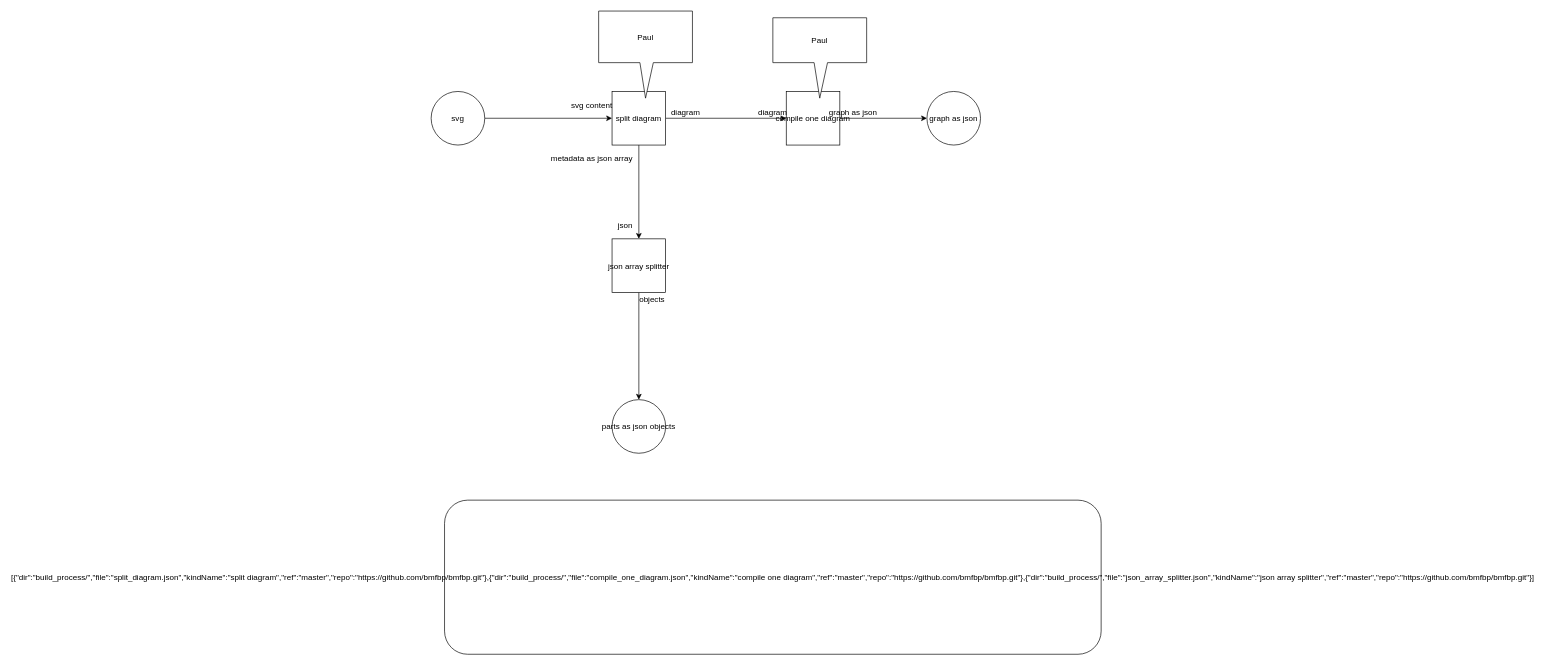
bmfbp/bmfbp keeps this draw.io diagram as page "compile_composite.svg" (3 of 3) of build_process/build_process.drawio. Above is the earlier version. Source tidied: cells renumbered, new cells numbered last; positions are measured from the earlier drawing's top-left corner, leaving out a move shared by most shapes. Both pictures are drawn from the tidied source at 67%, with x=0, y=0 at pixel (431, 11).
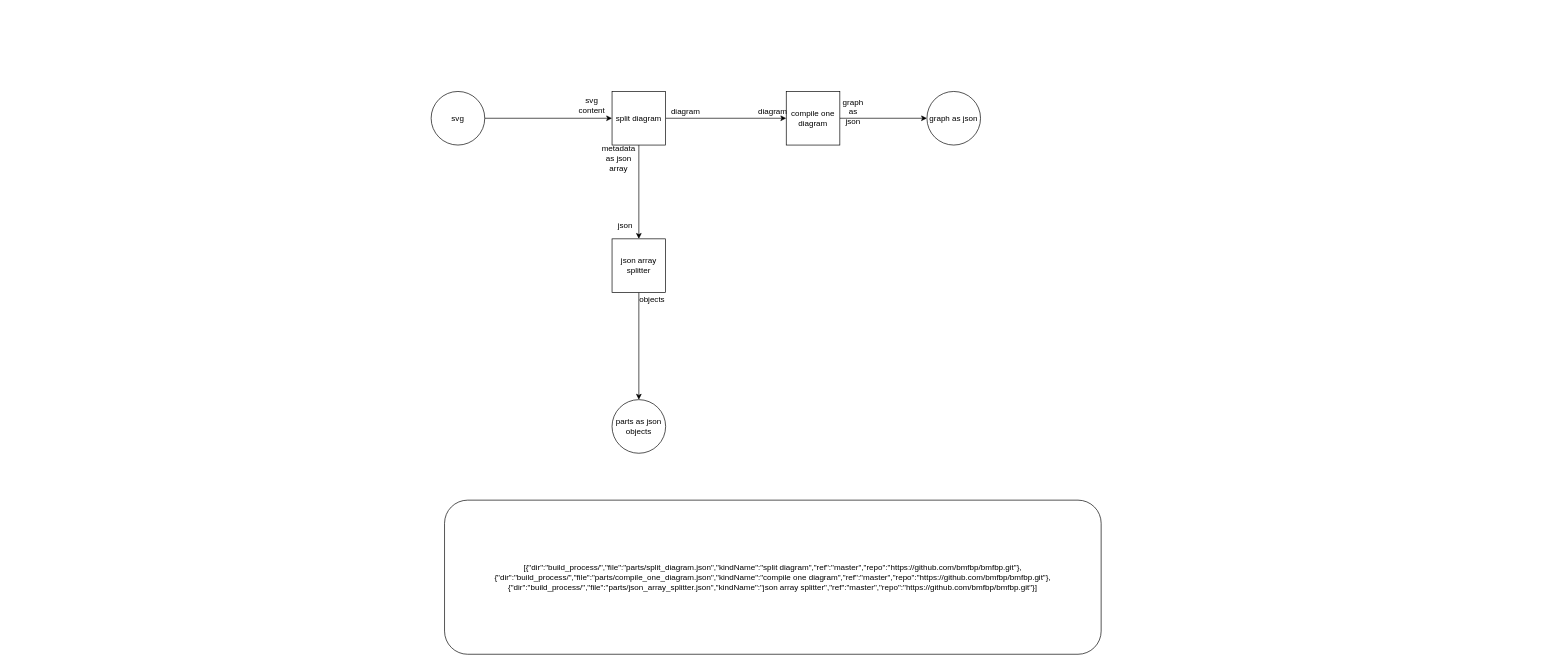
Above is the later version.

The edit, as a diff of the source:
```diff
@@
-    <mxCell id="4" value="split diagram" parent="1" vertex="1">
+    <mxCell id="4" value="split diagram" style="whiteSpace=wrap;html=1;" parent="1" vertex="1">
       <mxGeometry x="270" y="120" width="80" height="80" as="geometry" />
     </mxCell>
@@
-    <mxCell id="6" value="svg content" style="text;strokeColor=none;fillColor=none;align=center;verticalAlign=middle;rounded=0;" parent="1" vertex="1">
+    <mxCell id="6" value="svg content" style="text;html=1;strokeColor=none;fillColor=none;align=center;verticalAlign=middle;whiteSpace=wrap;rounded=0;" parent="1" vertex="1">
       <mxGeometry x="220" y="130" width="40" height="20" as="geometry" />
     </mxCell>
-    <mxCell id="7" value="metadata as json array" style="text;strokeColor=none;fillColor=none;align=center;verticalAlign=middle;rounded=0;" parent="1" vertex="1">
-      <mxGeometry x="180" y="210" width="120" height="20" as="geometry" />
+    <mxCell id="7" value="metadata as json array" style="text;html=1;strokeColor=none;fillColor=none;align=center;verticalAlign=middle;whiteSpace=wrap;rounded=0;" parent="1" vertex="1">
+      <mxGeometry x="260" y="210" width="40" height="20" as="geometry" />
     </mxCell>
-    <mxCell id="8" value="diagram" style="text;strokeColor=none;fillColor=none;align=center;verticalAlign=middle;rounded=0;" parent="1" vertex="1">
+    <mxCell id="8" value="diagram" style="text;html=1;strokeColor=none;fillColor=none;align=center;verticalAlign=middle;whiteSpace=wrap;rounded=0;" parent="1" vertex="1">
       <mxGeometry x="360" y="140" width="40" height="20" as="geometry" />
     </mxCell>
@@
-    <mxCell id="10" value="compile one diagram" parent="1" vertex="1">
+    <mxCell id="10" value="compile one diagram" style="whiteSpace=wrap;html=1;" parent="1" vertex="1">
       <mxGeometry x="530" y="120" width="80" height="80" as="geometry" />
     </mxCell>
-    <mxCell id="11" value="diagram" style="text;strokeColor=none;fillColor=none;align=center;verticalAlign=middle;rounded=0;" parent="1" vertex="1">
+    <mxCell id="11" value="diagram" style="text;html=1;strokeColor=none;fillColor=none;align=center;verticalAlign=middle;whiteSpace=wrap;rounded=0;" parent="1" vertex="1">
       <mxGeometry x="490" y="140" width="40" height="20" as="geometry" />
     </mxCell>
-    <mxCell id="12" value="svg" style="ellipse;" parent="1" vertex="1">
+    <mxCell id="12" value="svg" style="ellipse;whiteSpace=wrap;html=1;" parent="1" vertex="1">
       <mxGeometry y="120" width="80" height="80" as="geometry" />
     </mxCell>
-    <mxCell id="13" value="json" style="text;strokeColor=none;fillColor=none;align=center;verticalAlign=middle;rounded=0;" parent="1" vertex="1">
+    <mxCell id="13" value="json" style="text;html=1;strokeColor=none;fillColor=none;align=center;verticalAlign=middle;whiteSpace=wrap;rounded=0;" parent="1" vertex="1">
       <mxGeometry x="270" y="310" width="40" height="20" as="geometry" />
     </mxCell>
-    <mxCell id="14" value="objects" style="text;strokeColor=none;fillColor=none;align=center;verticalAlign=middle;rounded=0;" parent="1" vertex="1">
+    <mxCell id="14" value="objects" style="text;html=1;strokeColor=none;fillColor=none;align=center;verticalAlign=middle;whiteSpace=wrap;rounded=0;" parent="1" vertex="1">
       <mxGeometry x="310" y="420" width="40" height="20" as="geometry" />
     </mxCell>
@@
-    <mxCell id="16" value="json array splitter" parent="1" vertex="1">
+    <mxCell id="16" value="json array splitter" style="whiteSpace=wrap;html=1;" parent="1" vertex="1">
       <mxGeometry x="270" y="340" width="80" height="80" as="geometry" />
     </mxCell>
-    <mxCell id="17" value="parts as json objects" style="ellipse;" parent="1" vertex="1">
+    <mxCell id="17" value="parts as json objects" style="ellipse;whiteSpace=wrap;html=1;" parent="1" vertex="1">
       <mxGeometry x="270" y="580" width="80" height="80" as="geometry" />
     </mxCell>
-    <mxCell id="18" value="graph as json" style="text;strokeColor=none;fillColor=none;align=center;verticalAlign=middle;rounded=0;" parent="1" vertex="1">
+    <mxCell id="18" value="graph as json" style="text;html=1;strokeColor=none;fillColor=none;align=center;verticalAlign=middle;whiteSpace=wrap;rounded=0;" parent="1" vertex="1">
       <mxGeometry x="610" y="140" width="40" height="20" as="geometry" />
     </mxCell>
-    <mxCell id="19" value="graph as json" style="ellipse;" parent="1" vertex="1">
+    <mxCell id="19" value="graph as json" style="ellipse;whiteSpace=wrap;html=1;" parent="1" vertex="1">
       <mxGeometry x="740" y="120" width="80" height="80" as="geometry" />
     </mxCell>
-    <mxCell id="20" value="Paul" style="shape=callout;perimeter=calloutPerimeter;size=53;position=0.44;" parent="1" vertex="1">
-      <mxGeometry x="510" y="10" width="140" height="120" as="geometry" />
-    </mxCell>
-    <mxCell id="21" value="Paul" style="shape=callout;perimeter=calloutPerimeter;size=53;position=0.44;" parent="1" vertex="1">
-      <mxGeometry x="250" width="140" height="130" as="geometry" />
-    </mxCell>
-    <mxCell id="22" value="[{&quot;dir&quot;:&quot;build_process/&quot;,&quot;file&quot;:&quot;split_diagram.json&quot;,&quot;kindName&quot;:&quot;split diagram&quot;,&quot;ref&quot;:&quot;master&quot;,&quot;repo&quot;:&quot;https://github.com/bmfbp/bmfbp.git&quot;},{&quot;dir&quot;:&quot;build_process/&quot;,&quot;file&quot;:&quot;compile_one_diagram.json&quot;,&quot;kindName&quot;:&quot;compile one diagram&quot;,&quot;ref&quot;:&quot;master&quot;,&quot;repo&quot;:&quot;https://github.com/bmfbp/bmfbp.git&quot;},{&quot;dir&quot;:&quot;build_process/&quot;,&quot;file&quot;:&quot;json_array_splitter.json&quot;,&quot;kindName&quot;:&quot;json array splitter&quot;,&quot;ref&quot;:&quot;master&quot;,&quot;repo&quot;:&quot;https://github.com/bmfbp/bmfbp.git&quot;}]" style="rounded=1;" parent="1" vertex="1">
+    <mxCell id="22" value="[{&quot;dir&quot;:&quot;build_process/&quot;,&quot;file&quot;:&quot;parts/split_diagram.json&quot;,&quot;kindName&quot;:&quot;split diagram&quot;,&quot;ref&quot;:&quot;master&quot;,&quot;repo&quot;:&quot;https://github.com/bmfbp/bmfbp.git&quot;},{&quot;dir&quot;:&quot;build_process/&quot;,&quot;file&quot;:&quot;parts/compile_one_diagram.json&quot;,&quot;kindName&quot;:&quot;compile one diagram&quot;,&quot;ref&quot;:&quot;master&quot;,&quot;repo&quot;:&quot;https://github.com/bmfbp/bmfbp.git&quot;},{&quot;dir&quot;:&quot;build_process/&quot;,&quot;file&quot;:&quot;parts/json_array_splitter.json&quot;,&quot;kindName&quot;:&quot;json array splitter&quot;,&quot;ref&quot;:&quot;master&quot;,&quot;repo&quot;:&quot;https://github.com/bmfbp/bmfbp.git&quot;}]" style="rounded=1;whiteSpace=wrap;html=1;" parent="1" vertex="1">
       <mxGeometry x="20" y="730" width="980" height="230" as="geometry" />
     </mxCell>
```
